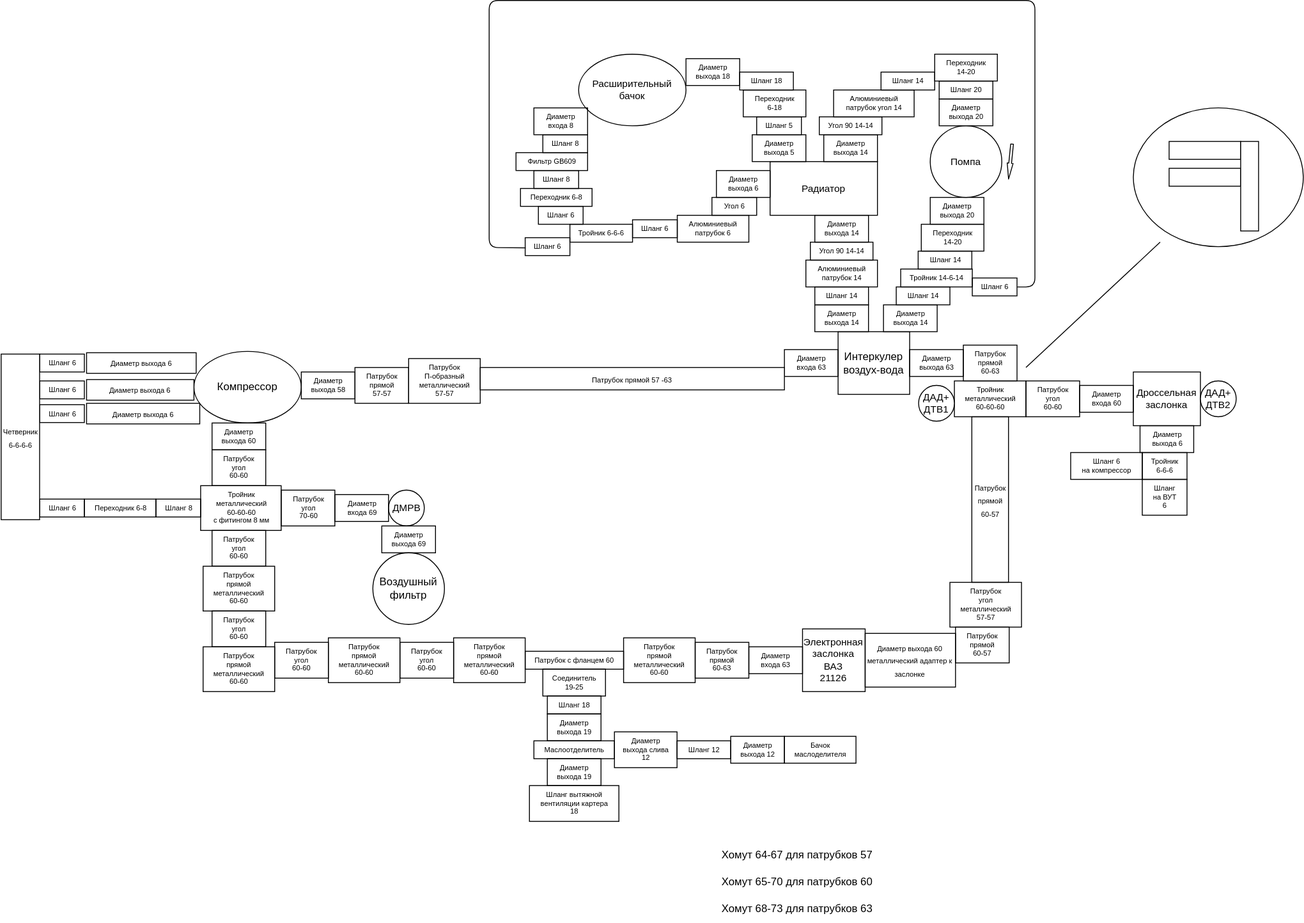
kak-tus/compressor keeps this draw.io diagram as pipes_scheme.drawio.svg. Above is the earlier version. Source tidied: cells renumbered, new cells last; positions are measured from the earlier drawing's top-left corner, leaving out a move shared by most shapes.
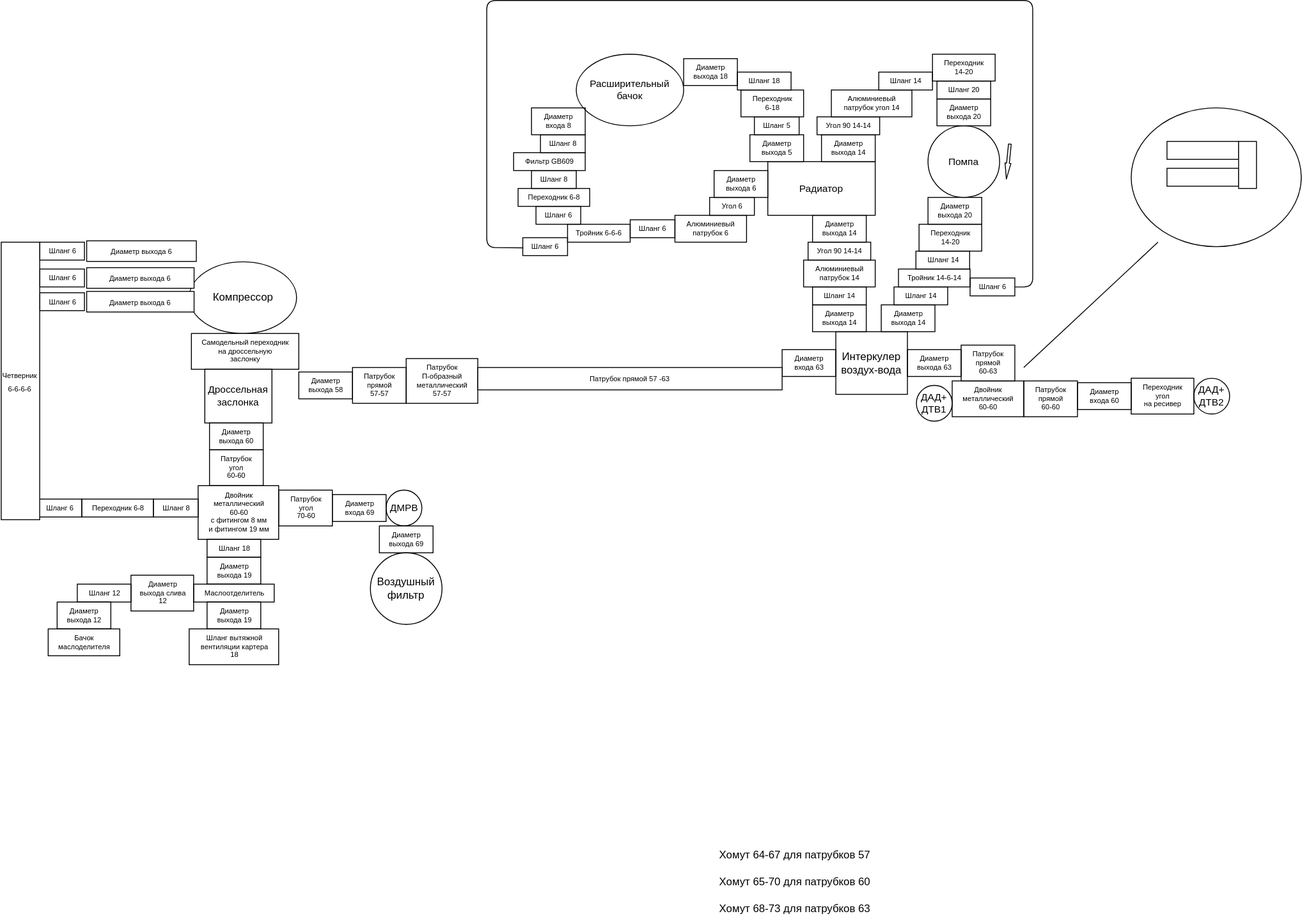
The same file after the commit.

What changed in the source:
```diff
@@ -8,3 +8,3 @@
     <mxCell id="3" value="Компрессор" style="ellipse;whiteSpace=wrap;html=1;" parent="1" vertex="1">
-      <mxGeometry x="216" y="392" width="120" height="80" as="geometry" />
+      <mxGeometry x="213.5" y="292" width="120" height="80" as="geometry" />
     </mxCell>
@@ -14,9 +14,6 @@
     <mxCell id="5" value="&lt;span style=&quot;&quot;&gt;Дроссельная&lt;/span&gt;&lt;br style=&quot;border-color: var(--border-color);&quot;&gt;&lt;span style=&quot;&quot;&gt;заслонка&lt;/span&gt;" style="rounded=0;whiteSpace=wrap;html=1;fontFamily=Helvetica;fontSize=11;fontColor=default;" parent="1" vertex="1">
-      <mxGeometry x="1266" y="415" width="75" height="60" as="geometry" />
+      <mxGeometry x="231" y="412" width="75" height="60" as="geometry" />
     </mxCell>
-    <mxCell id="6" value="Электронная заслонка&lt;br style=&quot;border-color: var(--border-color);&quot;&gt;ВАЗ&lt;br style=&quot;border-color: var(--border-color);&quot;&gt;&amp;nbsp;21126" style="rounded=0;whiteSpace=wrap;html=1;fontFamily=Helvetica;fontSize=11;fontColor=default;" parent="1" vertex="1">
-      <mxGeometry x="896.2" y="702" width="70" height="70" as="geometry" />
-    </mxCell>
     <mxCell id="7" value="ДАД+&lt;br&gt;ДТВ2" style="ellipse;whiteSpace=wrap;html=1;fontFamily=Helvetica;fontSize=11;fontColor=default;" parent="1" vertex="1">
-      <mxGeometry x="1341" y="425" width="40" height="40" as="geometry" />
+      <mxGeometry x="1336" y="422" width="40" height="40" as="geometry" />
     </mxCell>
@@ -47,18 +44,9 @@
     <mxCell id="16" value="Диаметр&lt;br style=&quot;font-size: 8px;&quot;&gt;входа 60" style="text;html=1;align=center;verticalAlign=middle;strokeColor=default;fillColor=none;fontSize=8;" parent="1" vertex="1">
-      <mxGeometry x="1206" y="430" width="60" height="30" as="geometry" />
+      <mxGeometry x="1206" y="427" width="60" height="30" as="geometry" />
     </mxCell>
-    <mxCell id="17" value="Тройник&lt;br&gt;металлический&lt;br&gt;60-60-60" style="text;html=1;align=center;verticalAlign=middle;strokeColor=default;fillColor=none;fontSize=8;" parent="1" vertex="1">
+    <mxCell id="17" value="Двойник&lt;br&gt;металлический&lt;br&gt;60-60" style="text;html=1;align=center;verticalAlign=middle;strokeColor=default;fillColor=none;fontSize=8;" parent="1" vertex="1">
       <mxGeometry x="1066" y="425" width="80" height="40" as="geometry" />
     </mxCell>
-    <mxCell id="18" value="Патрубок&lt;br&gt;угол&lt;br&gt;металлический&lt;br&gt;57-57" style="text;html=1;align=center;verticalAlign=middle;strokeColor=default;fillColor=none;fontSize=8;" parent="1" vertex="1">
-      <mxGeometry x="1061" y="650" width="80" height="50" as="geometry" />
-    </mxCell>
-    <mxCell id="19" value="Патрубок&lt;br&gt;прямой&lt;br&gt;60-57" style="text;html=1;align=center;verticalAlign=middle;strokeColor=default;fillColor=none;fontSize=8;" parent="1" vertex="1">
-      <mxGeometry x="1067.2" y="700" width="60" height="40" as="geometry" />
-    </mxCell>
-    <mxCell id="20" value="Патрубок&lt;br&gt;прямой&lt;br&gt;60-63" style="text;html=1;align=center;verticalAlign=middle;strokeColor=default;fillColor=none;fontSize=8;" parent="1" vertex="1">
-      <mxGeometry x="776.2" y="717" width="60" height="40" as="geometry" />
-    </mxCell>
-    <mxCell id="21" value="Тройник&lt;br style=&quot;font-size: 8px;&quot;&gt;металлический&lt;br style=&quot;font-size: 8px;&quot;&gt;60-60-60&lt;br&gt;с фитингом 8 мм" style="text;html=1;align=center;verticalAlign=middle;strokeColor=default;fillColor=none;fontSize=8;" parent="1" vertex="1">
-      <mxGeometry x="223.5" y="542" width="90" height="50" as="geometry" />
+    <mxCell id="21" value="Двойник&lt;br style=&quot;font-size: 8px;&quot;&gt;металлический&lt;br style=&quot;font-size: 8px;&quot;&gt;60-60&lt;br&gt;с фитингом 8 мм&lt;div&gt;и фитингом 19 мм&lt;/div&gt;" style="text;html=1;align=center;verticalAlign=middle;strokeColor=default;fillColor=none;fontSize=8;" parent="1" vertex="1">
+      <mxGeometry x="223.5" y="542" width="90" height="60" as="geometry" />
     </mxCell>
@@ -67,5 +55,2 @@
     </mxCell>
-    <mxCell id="23" value="Диаметр&lt;br style=&quot;font-size: 8px;&quot;&gt;входа 63" style="text;html=1;align=center;verticalAlign=middle;strokeColor=default;fillColor=none;fontSize=8;" parent="1" vertex="1">
-      <mxGeometry x="836.2" y="722" width="60" height="30" as="geometry" />
-    </mxCell>
     <mxCell id="24" value="Диаметр&lt;br style=&quot;font-size: 8px;&quot;&gt;выхода 18" style="text;html=1;align=center;verticalAlign=middle;strokeColor=default;fillColor=none;fontSize=8;" parent="1" vertex="1">
@@ -122,6 +107,6 @@
     <mxCell id="41" value="Шланг 6" style="text;html=1;align=center;verticalAlign=middle;strokeColor=default;fillColor=none;fontSize=8;" parent="1" vertex="1">
-      <mxGeometry x="43.5" y="425" width="50" height="20" as="geometry" />
+      <mxGeometry x="46.5" y="300" width="50" height="20" as="geometry" />
     </mxCell>
     <mxCell id="42" value="Шланг 6" style="text;html=1;align=center;verticalAlign=middle;strokeColor=default;fillColor=none;fontSize=8;" parent="1" vertex="1">
-      <mxGeometry x="43.5" y="451.5" width="50" height="20" as="geometry" />
+      <mxGeometry x="46.5" y="326.5" width="50" height="20" as="geometry" />
     </mxCell>
@@ -130,14 +115,2 @@
     </mxCell>
-    <mxCell id="44" value="Шланг&lt;br&gt;на ВУТ&lt;br&gt;6" style="text;html=1;align=center;verticalAlign=middle;strokeColor=default;fillColor=none;fontSize=8;" parent="1" vertex="1">
-      <mxGeometry x="1276" y="535" width="50" height="40" as="geometry" />
-    </mxCell>
-    <mxCell id="45" value="Диаметр&lt;br style=&quot;font-size: 8px;&quot;&gt;выхода 6" style="text;html=1;align=center;verticalAlign=middle;strokeColor=default;fillColor=none;fontSize=8;" parent="1" vertex="1">
-      <mxGeometry x="1273.5" y="475" width="60" height="30" as="geometry" />
-    </mxCell>
-    <mxCell id="46" value="Шланг 6&lt;br&gt;на компрессор" style="text;html=1;align=center;verticalAlign=middle;strokeColor=default;fillColor=none;fontSize=8;" parent="1" vertex="1">
-      <mxGeometry x="1196" y="505" width="80" height="30" as="geometry" />
-    </mxCell>
-    <mxCell id="47" value="Тройник&lt;br&gt;6-6-6" style="text;html=1;align=center;verticalAlign=middle;strokeColor=default;fillColor=none;fontSize=8;" parent="1" vertex="1">
-      <mxGeometry x="1276" y="505" width="50" height="30" as="geometry" />
-    </mxCell>
     <mxCell id="48" value="Патрубок&lt;br&gt;угол&lt;br style=&quot;border-color: var(--border-color);&quot;&gt;70-60" style="text;html=1;align=center;verticalAlign=middle;strokeColor=default;fillColor=none;fontSize=8;" parent="1" vertex="1">
@@ -160,5 +133,2 @@
     </mxCell>
-    <mxCell id="54" value="&lt;span style=&quot;font-size: 8px;&quot;&gt;Диаметр&amp;nbsp;&lt;/span&gt;&lt;span style=&quot;font-size: 8px;&quot;&gt;выхода 60&lt;/span&gt;&lt;br style=&quot;border-color: var(--border-color); font-size: 8px;&quot;&gt;&lt;span style=&quot;font-size: 8px;&quot;&gt;металлический&amp;nbsp;&lt;/span&gt;&lt;span style=&quot;font-size: 8px;&quot;&gt;адаптер к&amp;nbsp;&lt;/span&gt;&lt;span style=&quot;font-size: 8px;&quot;&gt;заслонке&lt;/span&gt;" style="rounded=0;whiteSpace=wrap;html=1;strokeColor=default;fillColor=none;" parent="1" vertex="1">
-      <mxGeometry x="966.2" y="707" width="101" height="60" as="geometry" />
-    </mxCell>
     <mxCell id="55" value="Патрубок&lt;br&gt;прямой&lt;br&gt;60-63" style="text;html=1;align=center;verticalAlign=middle;strokeColor=default;fillColor=none;fontSize=8;" parent="1" vertex="1">
@@ -166,3 +136,3 @@
     </mxCell>
-    <mxCell id="56" value="Патрубок&lt;br&gt;угол&lt;br&gt;60-60" style="text;html=1;align=center;verticalAlign=middle;strokeColor=default;fillColor=none;fontSize=8;" parent="1" vertex="1">
+    <mxCell id="56" value="Патрубок&lt;br&gt;прямой&lt;br&gt;60-60" style="text;html=1;align=center;verticalAlign=middle;strokeColor=default;fillColor=none;fontSize=8;" parent="1" vertex="1">
       <mxGeometry x="1146" y="425" width="60" height="40" as="geometry" />
@@ -172,5 +142,2 @@
     </mxCell>
-    <mxCell id="58" value="&lt;span style=&quot;font-size: 8px;&quot;&gt;Патрубок&lt;/span&gt;&lt;br style=&quot;border-color: var(--border-color); font-size: 8px;&quot;&gt;&lt;span style=&quot;font-size: 8px;&quot;&gt;прямой&lt;/span&gt;&lt;br style=&quot;border-color: var(--border-color); font-size: 8px;&quot;&gt;&lt;span style=&quot;font-size: 8px;&quot;&gt;60-57&lt;/span&gt;" style="rounded=0;whiteSpace=wrap;html=1;strokeColor=default;fillColor=none;" parent="1" vertex="1">
-      <mxGeometry x="1085.5" y="465" width="41" height="185" as="geometry" />
-    </mxCell>
     <mxCell id="59" value="Хомут 65-70 для патрубков 60" style="text;html=1;align=center;verticalAlign=middle;strokeColor=none;fillColor=none;" parent="1" vertex="1">
@@ -178,23 +145,14 @@
     </mxCell>
-    <mxCell id="60" value="Патрубок с фланцем 60" style="text;html=1;align=center;verticalAlign=middle;strokeColor=default;fillColor=none;fontSize=8;" parent="1" vertex="1">
-      <mxGeometry x="586.2" y="727" width="110" height="20" as="geometry" />
-    </mxCell>
-    <mxCell id="61" value="Соединитель&lt;br&gt;19-25" style="text;html=1;align=center;verticalAlign=middle;strokeColor=default;fillColor=none;fontSize=8;" parent="1" vertex="1">
-      <mxGeometry x="606" y="747" width="70" height="30" as="geometry" />
-    </mxCell>
     <mxCell id="62" value="Маслоотделитель" style="text;html=1;align=center;verticalAlign=middle;strokeColor=default;fillColor=none;fontSize=8;" parent="1" vertex="1">
-      <mxGeometry x="596" y="827" width="90" height="20" as="geometry" />
+      <mxGeometry x="218.5" y="652" width="90" height="20" as="geometry" />
     </mxCell>
     <mxCell id="63" value="Диаметр&lt;br style=&quot;font-size: 8px;&quot;&gt;выхода 19" style="text;html=1;align=center;verticalAlign=middle;strokeColor=default;fillColor=none;fontSize=8;" parent="1" vertex="1">
-      <mxGeometry x="611" y="847" width="60" height="30" as="geometry" />
+      <mxGeometry x="233.5" y="672" width="60" height="30" as="geometry" />
     </mxCell>
     <mxCell id="64" value="Диаметр&lt;br style=&quot;font-size: 8px;&quot;&gt;выхода 19" style="text;html=1;align=center;verticalAlign=middle;strokeColor=default;fillColor=none;fontSize=8;" parent="1" vertex="1">
-      <mxGeometry x="611" y="797" width="60" height="30" as="geometry" />
+      <mxGeometry x="233.5" y="622" width="60" height="30" as="geometry" />
     </mxCell>
     <mxCell id="65" value="Шланг вытяжной&lt;br&gt;вентиляции картера&lt;br&gt;18" style="text;html=1;align=center;verticalAlign=middle;strokeColor=default;fillColor=none;fontSize=8;" parent="1" vertex="1">
-      <mxGeometry x="591" y="877" width="100" height="40" as="geometry" />
+      <mxGeometry x="213.5" y="702" width="100" height="40" as="geometry" />
     </mxCell>
-    <mxCell id="66" value="Патрубок&lt;br&gt;прямой&lt;br&gt;металлический&lt;br&gt;60-60" style="text;html=1;align=center;verticalAlign=middle;strokeColor=default;fillColor=none;fontSize=8;" parent="1" vertex="1">
-      <mxGeometry x="696.2" y="712" width="80" height="50" as="geometry" />
-    </mxCell>
     <mxCell id="67" value="Патрубок&lt;br&gt;угол&lt;br&gt;60-60" style="text;html=1;align=center;verticalAlign=middle;strokeColor=default;fillColor=none;fontSize=8;" parent="1" vertex="1">
@@ -215,3 +173,3 @@
     <mxCell id="72" style="rounded=0;whiteSpace=wrap;html=1;" parent="68" vertex="1">
-      <mxGeometry x="120" y="37.5" width="20" height="100" as="geometry" />
+      <mxGeometry x="120" y="37.5" width="20" height="52.5" as="geometry" />
     </mxCell>
@@ -224,15 +182,15 @@
     <mxCell id="74" value="Шланг 18" style="text;html=1;align=center;verticalAlign=middle;strokeColor=default;fillColor=none;fontSize=8;" parent="1" vertex="1">
-      <mxGeometry x="611" y="777" width="60" height="20" as="geometry" />
+      <mxGeometry x="233.5" y="602" width="60" height="20" as="geometry" />
     </mxCell>
     <mxCell id="75" value="Бачок&lt;br&gt;маслоделителя" style="text;html=1;align=center;verticalAlign=middle;strokeColor=default;fillColor=none;fontSize=8;" parent="1" vertex="1">
-      <mxGeometry x="876" y="822" width="80" height="30" as="geometry" />
+      <mxGeometry x="56" y="702" width="80" height="30" as="geometry" />
     </mxCell>
     <mxCell id="76" value="Диаметр&lt;br style=&quot;font-size: 8px;&quot;&gt;выхода слива&lt;br&gt;12" style="text;html=1;align=center;verticalAlign=middle;strokeColor=default;fillColor=none;fontSize=8;" parent="1" vertex="1">
-      <mxGeometry x="686" y="817" width="70" height="40" as="geometry" />
+      <mxGeometry x="148.5" y="642" width="70" height="40" as="geometry" />
     </mxCell>
     <mxCell id="77" value="Шланг 12" style="text;html=1;align=center;verticalAlign=middle;strokeColor=default;fillColor=none;fontSize=8;" parent="1" vertex="1">
-      <mxGeometry x="756" y="827" width="60" height="20" as="geometry" />
+      <mxGeometry x="88.5" y="652" width="60" height="20" as="geometry" />
     </mxCell>
     <mxCell id="78" value="Диаметр&lt;br style=&quot;font-size: 8px;&quot;&gt;выхода 12" style="text;html=1;align=center;verticalAlign=middle;strokeColor=default;fillColor=none;fontSize=8;" parent="1" vertex="1">
-      <mxGeometry x="816" y="822" width="60" height="30" as="geometry" />
+      <mxGeometry x="66" y="672" width="60" height="30" as="geometry" />
     </mxCell>
@@ -250,37 +208,13 @@
     </mxCell>
-    <mxCell id="83" value="Патрубок&lt;br&gt;прямой&lt;br&gt;металлический&lt;br&gt;60-60" style="text;html=1;align=center;verticalAlign=middle;strokeColor=default;fillColor=none;fontSize=8;" parent="1" vertex="1">
-      <mxGeometry x="506.2" y="712" width="80" height="50" as="geometry" />
-    </mxCell>
-    <mxCell id="84" value="Патрубок&lt;br&gt;угол&lt;br&gt;60-60" style="text;html=1;align=center;verticalAlign=middle;strokeColor=default;fillColor=none;fontSize=8;" parent="1" vertex="1">
-      <mxGeometry x="446.2" y="717" width="60" height="40" as="geometry" />
-    </mxCell>
-    <mxCell id="85" value="Патрубок&lt;br&gt;прямой&lt;br&gt;металлический&lt;br&gt;60-60" style="text;html=1;align=center;verticalAlign=middle;strokeColor=default;fillColor=none;fontSize=8;" parent="1" vertex="1">
-      <mxGeometry x="366.2" y="712" width="80" height="50" as="geometry" />
-    </mxCell>
-    <mxCell id="86" value="Патрубок&lt;br&gt;угол&lt;br&gt;60-60" style="text;html=1;align=center;verticalAlign=middle;strokeColor=default;fillColor=none;fontSize=8;" parent="1" vertex="1">
-      <mxGeometry x="306.2" y="717" width="60" height="40" as="geometry" />
-    </mxCell>
-    <mxCell id="87" value="Патрубок&lt;br&gt;прямой&lt;br&gt;металлический&lt;br&gt;60-60" style="text;html=1;align=center;verticalAlign=middle;strokeColor=default;fillColor=none;fontSize=8;" parent="1" vertex="1">
-      <mxGeometry x="226.2" y="722" width="80" height="50" as="geometry" />
-    </mxCell>
-    <mxCell id="88" value="Патрубок&lt;br&gt;угол&lt;br&gt;60-60" style="text;html=1;align=center;verticalAlign=middle;strokeColor=default;fillColor=none;fontSize=8;" parent="1" vertex="1">
-      <mxGeometry x="236.2" y="682" width="60" height="40" as="geometry" />
-    </mxCell>
-    <mxCell id="89" value="Патрубок&lt;br&gt;прямой&lt;br&gt;металлический&lt;br&gt;60-60" style="text;html=1;align=center;verticalAlign=middle;strokeColor=default;fillColor=none;fontSize=8;" parent="1" vertex="1">
-      <mxGeometry x="226.2" y="632" width="80" height="50" as="geometry" />
-    </mxCell>
-    <mxCell id="90" value="Патрубок&lt;br&gt;угол&lt;br&gt;60-60" style="text;html=1;align=center;verticalAlign=middle;strokeColor=default;fillColor=none;fontSize=8;" parent="1" vertex="1">
-      <mxGeometry x="236.2" y="592" width="60" height="40" as="geometry" />
-    </mxCell>
     <mxCell id="91" value="Шланг 6" style="text;html=1;align=center;verticalAlign=middle;strokeColor=default;fillColor=none;fontSize=8;" parent="1" vertex="1">
-      <mxGeometry x="43.5" y="395" width="50" height="20" as="geometry" />
+      <mxGeometry x="46.5" y="270" width="50" height="20" as="geometry" />
     </mxCell>
     <mxCell id="92" value="&lt;span style=&quot;font-size: 8px;&quot;&gt;Диаметр&amp;nbsp;&lt;/span&gt;&lt;span style=&quot;font-size: 8px;&quot;&gt;выхода 6&lt;/span&gt;" style="rounded=0;whiteSpace=wrap;html=1;" parent="1" vertex="1">
-      <mxGeometry x="96" y="423.5" width="120" height="23" as="geometry" />
+      <mxGeometry x="99" y="298.5" width="120" height="23" as="geometry" />
     </mxCell>
     <mxCell id="93" value="&lt;span style=&quot;font-size: 8px;&quot;&gt;Диаметр&amp;nbsp;&lt;/span&gt;&lt;span style=&quot;font-size: 8px;&quot;&gt;выхода 6&lt;/span&gt;" style="rounded=0;whiteSpace=wrap;html=1;" parent="1" vertex="1">
-      <mxGeometry x="96" y="450" width="126.5" height="23" as="geometry" />
+      <mxGeometry x="99" y="325" width="120" height="23" as="geometry" />
     </mxCell>
     <mxCell id="94" value="&lt;span style=&quot;font-size: 8px;&quot;&gt;Диаметр&amp;nbsp;&lt;/span&gt;&lt;span style=&quot;font-size: 8px;&quot;&gt;выхода 6&lt;/span&gt;" style="rounded=0;whiteSpace=wrap;html=1;" parent="1" vertex="1">
-      <mxGeometry x="96" y="393.5" width="122.5" height="23" as="geometry" />
+      <mxGeometry x="99" y="268.5" width="122.5" height="23" as="geometry" />
     </mxCell>
@@ -293,3 +227,3 @@
     <mxCell id="97" value="&lt;span style=&quot;font-size: 8px;&quot;&gt;Четверник 6-6-6-6&lt;/span&gt;" style="rounded=0;whiteSpace=wrap;html=1;direction=south;" parent="1" vertex="1">
-      <mxGeometry x="0.5" y="395" width="43" height="185" as="geometry" />
+      <mxGeometry x="3.5" y="270" width="43" height="310" as="geometry" />
     </mxCell>
@@ -350,5 +284,2 @@
     </mxCell>
-    <mxCell id="113" value="Шланг 6" style="text;html=1;align=center;verticalAlign=middle;points=[[1,0.5,0,0,0]];strokeColor=default;fillColor=none;fontSize=8;" parent="1" vertex="1">
-      <mxGeometry x="1086" y="310" width="50" height="20" as="geometry" />
-    </mxCell>
     <mxCell id="114" value="Шланг 6" style="text;html=1;align=center;verticalAlign=middle;points=[[0.01,0.57,0,0,0]];strokeColor=default;fillColor=none;fontSize=8;" parent="1" vertex="1">
@@ -359,2 +290,11 @@
     </mxCell>
+    <mxCell id="113" value="Шланг 6" style="text;html=1;align=center;verticalAlign=middle;points=[[1,0.5,0,0,0]];strokeColor=default;fillColor=none;fontSize=8;" parent="1" vertex="1">
+      <mxGeometry x="1086" y="310" width="50" height="20" as="geometry" />
+    </mxCell>
+    <mxCell id="116" value="Самодельный переходник&lt;div&gt;на дроссельную&lt;/div&gt;&lt;div&gt;заслонку&lt;/div&gt;" style="text;html=1;align=center;verticalAlign=middle;strokeColor=default;fillColor=none;fontSize=8;" parent="1" vertex="1">
+      <mxGeometry x="216" y="372" width="120" height="40" as="geometry" />
+    </mxCell>
+    <mxCell id="117" value="Переходник&lt;div&gt;угол&lt;/div&gt;&lt;div&gt;на ресивер&lt;/div&gt;" style="text;html=1;align=center;verticalAlign=middle;strokeColor=default;fillColor=none;fontSize=8;" parent="1" vertex="1">
+      <mxGeometry x="1266" y="422" width="70" height="40" as="geometry" />
+    </mxCell>
   </root>
```
